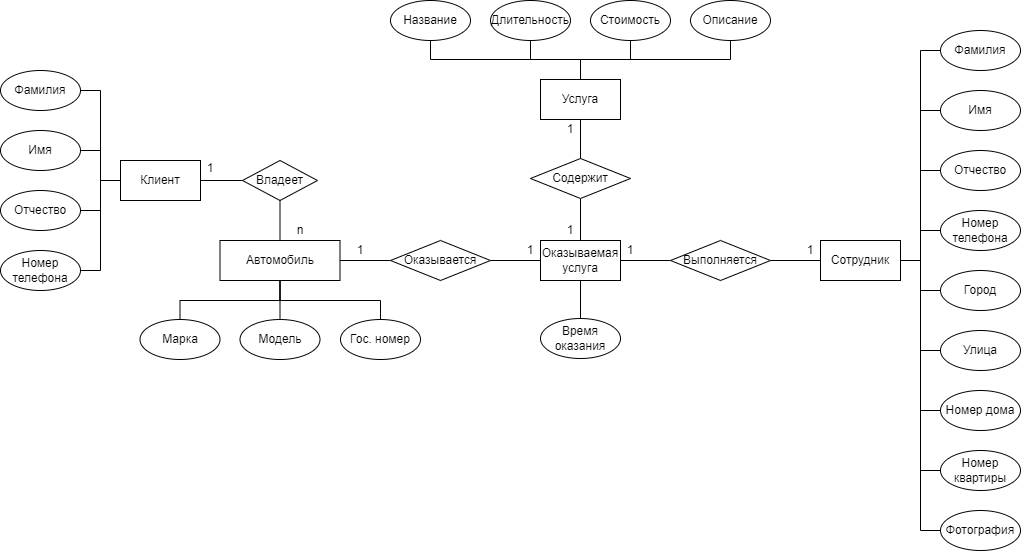
Mejioy/SUBD keeps this draw.io diagram as Concept.drawio.png. Above is the earlier version. Source tidied: cells renumbered, new cells last; positions are measured from the earlier drawing's top-left corner, leaving out a move shared by most shapes.
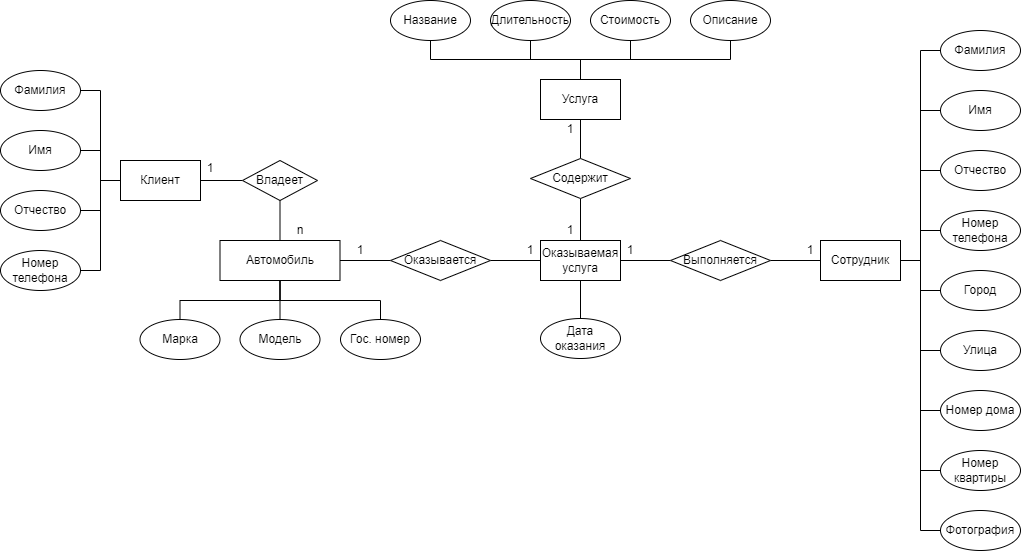
Above is the later version.

Change to the diagram source:
```diff
@@ -69,7 +69,7 @@
     <mxCell id="20" value="Номер телефона" style="ellipse;whiteSpace=wrap;html=1;" parent="1" vertex="1">
       <mxGeometry y="250" width="80" height="40" as="geometry" />
     </mxCell>
-    <mxCell id="21" value="Время оказания" style="ellipse;whiteSpace=wrap;html=1;" parent="1" vertex="1">
+    <mxCell id="21" value="Дата оказания" style="ellipse;whiteSpace=wrap;html=1;" parent="1" vertex="1">
       <mxGeometry x="540" y="318" width="80" height="40" as="geometry" />
     </mxCell>
     <mxCell id="22" style="edgeStyle=orthogonalEdgeStyle;rounded=0;jettySize=auto;html=1;exitX=0.5;exitY=1;exitDx=0;exitDy=0;entryX=0.5;entryY=0;entryDx=0;entryDy=0;endArrow=none;endFill=0;" parent="1" edge="1" source="23" target="21">
```
